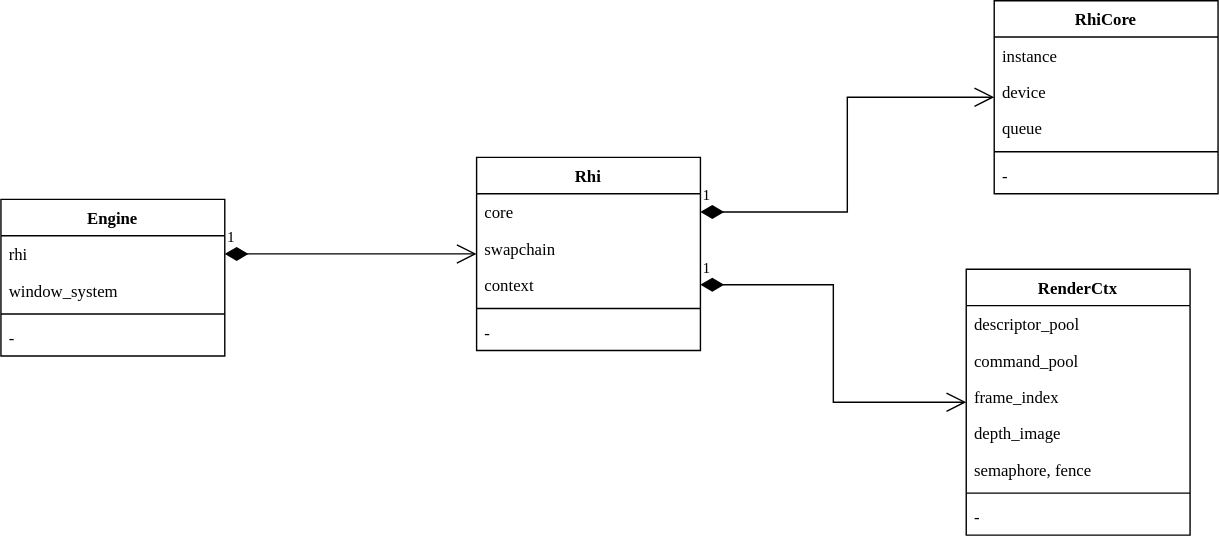
acccoco/Render-Rust-vk-Truvis keeps this draw.io diagram as doc/class-diagram.svg. Above is the earlier version. Source tidied: cells renumbered, new cells last; positions are measured from the earlier drawing's top-left corner, leaving out a move shared by most shapes.
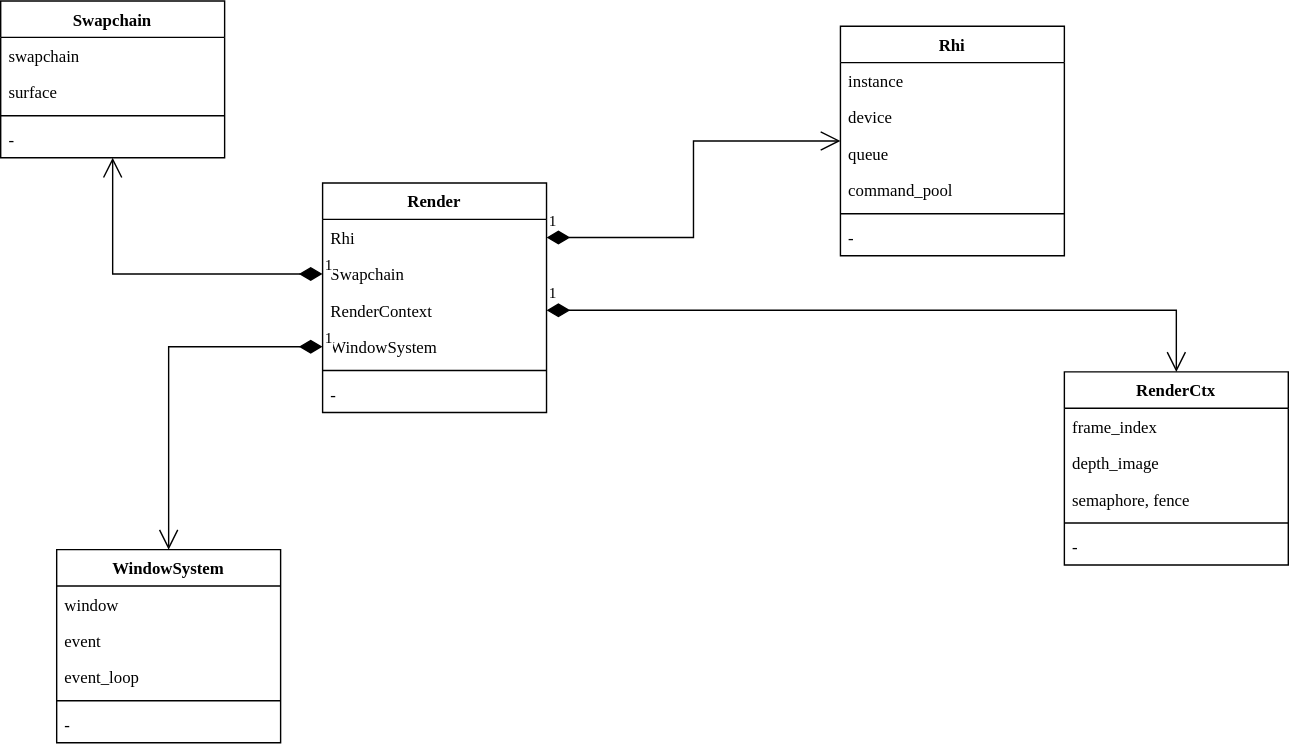
The same diagram one commit later.

The edit, as a diff of the source:
```diff
@@ -2,26 +2,29 @@
   <root>
     <mxCell id="0" />
     <mxCell id="1" parent="0" />
-    <mxCell id="2" value="Rhi" style="swimlane;fontStyle=1;align=center;verticalAlign=top;horizontal=1;startSize=26;fontFamily=Consolas;" parent="1" vertex="1">
-      <mxGeometry x="340" y="112" width="160" height="138" as="geometry" />
+    <mxCell id="2" value="Render" style="swimlane;fontStyle=1;align=center;verticalAlign=top;horizontal=1;startSize=26;fontFamily=Consolas;" parent="1" vertex="1">
+      <mxGeometry x="340" y="112" width="160" height="164" as="geometry" />
     </mxCell>
-    <mxCell id="3" value="core" style="text;strokeColor=none;fillColor=none;align=left;verticalAlign=top;spacingLeft=4;spacingRight=4;overflow=hidden;points=[[0,0.5],[1,0.5]];portConstraint=eastwest;fontFamily=Consolas;" parent="2" vertex="1">
+    <mxCell id="3" value="Rhi" style="text;strokeColor=none;fillColor=none;align=left;verticalAlign=top;spacingLeft=4;spacingRight=4;overflow=hidden;points=[[0,0.5],[1,0.5]];portConstraint=eastwest;fontFamily=Consolas;" parent="2" vertex="1">
       <mxGeometry y="26" width="160" height="26" as="geometry" />
     </mxCell>
-    <mxCell id="4" value="swapchain" style="text;strokeColor=none;fillColor=none;align=left;verticalAlign=top;spacingLeft=4;spacingRight=4;overflow=hidden;points=[[0,0.5],[1,0.5]];portConstraint=eastwest;fontFamily=Consolas;" parent="2" vertex="1">
+    <mxCell id="4" value="Swapchain" style="text;strokeColor=none;fillColor=none;align=left;verticalAlign=top;spacingLeft=4;spacingRight=4;overflow=hidden;points=[[0,0.5],[1,0.5]];portConstraint=eastwest;fontFamily=Consolas;" parent="2" vertex="1">
       <mxGeometry y="52" width="160" height="26" as="geometry" />
     </mxCell>
-    <mxCell id="5" value="context" style="text;strokeColor=none;fillColor=none;align=left;verticalAlign=top;spacingLeft=4;spacingRight=4;overflow=hidden;points=[[0,0.5],[1,0.5]];portConstraint=eastwest;fontFamily=Consolas;" parent="2" vertex="1">
+    <mxCell id="5" value="RenderContext" style="text;strokeColor=none;fillColor=none;align=left;verticalAlign=top;spacingLeft=4;spacingRight=4;overflow=hidden;points=[[0,0.5],[1,0.5]];portConstraint=eastwest;fontFamily=Consolas;" parent="2" vertex="1">
       <mxGeometry y="78" width="160" height="26" as="geometry" />
     </mxCell>
+    <mxCell id="30" value="WindowSystem" style="text;strokeColor=none;fillColor=none;align=left;verticalAlign=top;spacingLeft=4;spacingRight=4;overflow=hidden;points=[[0,0.5],[1,0.5]];portConstraint=eastwest;fontFamily=Consolas;" parent="2" vertex="1">
+      <mxGeometry y="104" width="160" height="26" as="geometry" />
+    </mxCell>
     <mxCell id="6" style="line;strokeWidth=1;fillColor=none;align=left;verticalAlign=middle;spacingTop=-1;spacingLeft=3;spacingRight=3;labelPosition=right;strokeColor=inherit;fontFamily=Consolas;" parent="2" vertex="1">
-      <mxGeometry y="104" width="160" height="8" as="geometry" />
+      <mxGeometry y="130" width="160" height="8" as="geometry" />
     </mxCell>
     <mxCell id="7" value="-" style="text;strokeColor=none;fillColor=none;align=left;verticalAlign=top;spacingLeft=4;spacingRight=4;overflow=hidden;fontFamily=Consolas;" parent="2" vertex="1">
-      <mxGeometry y="112" width="160" height="26" as="geometry" />
+      <mxGeometry y="138" width="160" height="26" as="geometry" />
     </mxCell>
-    <mxCell id="8" value="RhiCore" style="swimlane;fontStyle=1;align=center;verticalAlign=top;horizontal=1;startSize=26;fontFamily=Consolas;" parent="1" vertex="1">
-      <mxGeometry x="710" width="160" height="138" as="geometry" />
+    <mxCell id="8" value="Rhi" style="swimlane;fontStyle=1;align=center;verticalAlign=top;horizontal=1;startSize=26;fontFamily=Consolas;" parent="1" vertex="1">
+      <mxGeometry x="710" width="160" height="164" as="geometry" />
     </mxCell>
     <mxCell id="9" value="instance" style="text;strokeColor=none;fillColor=none;align=left;verticalAlign=top;spacingLeft=4;spacingRight=4;overflow=hidden;fontFamily=Consolas;" parent="8" vertex="1">
       <mxGeometry y="26" width="160" height="26" as="geometry" />
@@ -32,35 +35,32 @@
     <mxCell id="11" value="queue" style="text;strokeColor=none;fillColor=none;align=left;verticalAlign=top;spacingLeft=4;spacingRight=4;overflow=hidden;fontFamily=Consolas;" parent="8" vertex="1">
       <mxGeometry y="78" width="160" height="26" as="geometry" />
     </mxCell>
+    <mxCell id="16" value="command_pool" style="text;strokeColor=none;fillColor=none;align=left;verticalAlign=top;spacingLeft=4;spacingRight=4;overflow=hidden;fontFamily=Consolas;" parent="8" vertex="1">
+      <mxGeometry y="104" width="160" height="26" as="geometry" />
+    </mxCell>
     <mxCell id="12" style="line;strokeWidth=1;fillColor=none;align=left;verticalAlign=middle;spacingTop=-1;spacingLeft=3;spacingRight=3;labelPosition=right;strokeColor=inherit;fontFamily=Consolas;" parent="8" vertex="1">
-      <mxGeometry y="104" width="160" height="8" as="geometry" />
+      <mxGeometry y="130" width="160" height="8" as="geometry" />
     </mxCell>
     <mxCell id="13" value="-" style="text;strokeColor=none;fillColor=none;align=left;verticalAlign=top;spacingLeft=4;spacingRight=4;overflow=hidden;fontFamily=Consolas;" parent="8" vertex="1">
-      <mxGeometry y="112" width="160" height="26" as="geometry" />
+      <mxGeometry y="138" width="160" height="26" as="geometry" />
     </mxCell>
     <mxCell id="14" value="RenderCtx" style="swimlane;fontStyle=1;align=center;verticalAlign=top;horizontal=1;startSize=26;fontFamily=Consolas;" parent="1" vertex="1">
-      <mxGeometry x="690" y="192" width="160" height="190" as="geometry" />
+      <mxGeometry x="870" y="247" width="160" height="138" as="geometry" />
     </mxCell>
-    <mxCell id="15" value="descriptor_pool" style="text;strokeColor=none;fillColor=none;align=left;verticalAlign=top;spacingLeft=4;spacingRight=4;overflow=hidden;fontFamily=Consolas;" parent="14" vertex="1">
-      <mxGeometry y="26" width="160" height="26" as="geometry" />
-    </mxCell>
-    <mxCell id="16" value="command_pool" style="text;strokeColor=none;fillColor=none;align=left;verticalAlign=top;spacingLeft=4;spacingRight=4;overflow=hidden;fontFamily=Consolas;" parent="14" vertex="1">
-      <mxGeometry y="52" width="160" height="26" as="geometry" />
-    </mxCell>
     <mxCell id="17" value="frame_index" style="text;strokeColor=none;fillColor=none;align=left;verticalAlign=top;spacingLeft=4;spacingRight=4;overflow=hidden;fontFamily=Consolas;" parent="14" vertex="1">
-      <mxGeometry y="78" width="160" height="26" as="geometry" />
+      <mxGeometry y="26" width="160" height="26" as="geometry" />
     </mxCell>
     <mxCell id="18" value="depth_image" style="text;strokeColor=none;fillColor=none;align=left;verticalAlign=top;spacingLeft=4;spacingRight=4;overflow=hidden;fontFamily=Consolas;" parent="14" vertex="1">
-      <mxGeometry y="104" width="160" height="26" as="geometry" />
+      <mxGeometry y="52" width="160" height="26" as="geometry" />
     </mxCell>
     <mxCell id="19" value="semaphore, fence" style="text;strokeColor=none;fillColor=none;align=left;verticalAlign=top;spacingLeft=4;spacingRight=4;overflow=hidden;fontFamily=Consolas;" parent="14" vertex="1">
-      <mxGeometry y="130" width="160" height="26" as="geometry" />
+      <mxGeometry y="78" width="160" height="26" as="geometry" />
     </mxCell>
     <mxCell id="20" style="line;strokeWidth=1;fillColor=none;align=left;verticalAlign=middle;spacingTop=-1;spacingLeft=3;spacingRight=3;labelPosition=right;strokeColor=inherit;fontFamily=Consolas;" parent="14" vertex="1">
-      <mxGeometry y="156" width="160" height="8" as="geometry" />
+      <mxGeometry y="104" width="160" height="8" as="geometry" />
     </mxCell>
     <mxCell id="21" value="-" style="text;strokeColor=none;fillColor=none;align=left;verticalAlign=top;spacingLeft=4;spacingRight=4;overflow=hidden;fontFamily=Consolas;" parent="14" vertex="1">
-      <mxGeometry y="164" width="160" height="26" as="geometry" />
+      <mxGeometry y="112" width="160" height="26" as="geometry" />
     </mxCell>
     <mxCell id="22" value="1" style="endArrow=open;html=1;endSize=12;startArrow=diamondThin;startSize=14;startFill=1;edgeStyle=orthogonalEdgeStyle;align=left;verticalAlign=bottom;rounded=0;fontFamily=Consolas;" parent="1" edge="1" source="5" target="14">
       <mxGeometry x="-1" y="3" relative="1" as="geometry" />
@@ -68,23 +68,44 @@
     <mxCell id="23" value="1" style="endArrow=open;html=1;endSize=12;startArrow=diamondThin;startSize=14;startFill=1;edgeStyle=orthogonalEdgeStyle;align=left;verticalAlign=bottom;rounded=0;fontFamily=Consolas;" parent="1" edge="1" source="3" target="8">
       <mxGeometry x="-1" y="3" relative="1" as="geometry" />
     </mxCell>
-    <mxCell id="24" value="Engine" style="swimlane;fontStyle=1;align=center;verticalAlign=top;horizontal=1;startSize=26;fontFamily=Consolas;" parent="1" vertex="1">
-      <mxGeometry y="142" width="160" height="112" as="geometry" />
-    </mxCell>
-    <mxCell id="25" value="rhi" style="text;strokeColor=none;fillColor=none;align=left;verticalAlign=top;spacingLeft=4;spacingRight=4;overflow=hidden;points=[[0,0.5],[1,0.5]];portConstraint=eastwest;fontFamily=Consolas;" parent="24" vertex="1">
-      <mxGeometry y="26" width="160" height="26" as="geometry" />
-    </mxCell>
-    <mxCell id="26" value="window_system" style="text;strokeColor=none;fillColor=none;align=left;verticalAlign=top;spacingLeft=4;spacingRight=4;overflow=hidden;fontFamily=Consolas;" parent="24" vertex="1">
-      <mxGeometry y="52" width="160" height="26" as="geometry" />
-    </mxCell>
+    <mxCell id="31" value="Swapchain" style="swimlane;fontStyle=1;align=center;verticalAlign=top;horizontal=1;startSize=26;fontFamily=Consolas;" parent="1" vertex="1">
+      <mxGeometry x="110" y="-18" width="160" height="112" as="geometry" />
+    </mxCell>
+    <mxCell id="32" value="swapchain" style="text;strokeColor=none;fillColor=none;align=left;verticalAlign=top;spacingLeft=4;spacingRight=4;overflow=hidden;fontFamily=Consolas;" parent="31" vertex="1">
+      <mxGeometry y="26" width="160" height="26" as="geometry" />
+    </mxCell>
+    <mxCell id="33" value="surface" style="text;strokeColor=none;fillColor=none;align=left;verticalAlign=top;spacingLeft=4;spacingRight=4;overflow=hidden;fontFamily=Consolas;" parent="31" vertex="1">
+      <mxGeometry y="52" width="160" height="26" as="geometry" />
+    </mxCell>
-    <mxCell id="27" style="line;strokeWidth=1;fillColor=none;align=left;verticalAlign=middle;spacingTop=-1;spacingLeft=3;spacingRight=3;labelPosition=right;strokeColor=inherit;fontFamily=Consolas;" parent="24" vertex="1">
+    <mxCell id="27" style="line;strokeWidth=1;fillColor=none;align=left;verticalAlign=middle;spacingTop=-1;spacingLeft=3;spacingRight=3;labelPosition=right;strokeColor=inherit;fontFamily=Consolas;" parent="31" vertex="1">
       <mxGeometry y="78" width="160" height="8" as="geometry" />
     </mxCell>
-    <mxCell id="28" value="-" style="text;strokeColor=none;fillColor=none;align=left;verticalAlign=top;spacingLeft=4;spacingRight=4;overflow=hidden;fontFamily=Consolas;" parent="24" vertex="1">
+    <mxCell id="28" value="-" style="text;strokeColor=none;fillColor=none;align=left;verticalAlign=top;spacingLeft=4;spacingRight=4;overflow=hidden;fontFamily=Consolas;" parent="31" vertex="1">
       <mxGeometry y="86" width="160" height="26" as="geometry" />
     </mxCell>
-    <mxCell id="29" value="1" style="endArrow=open;html=1;endSize=12;startArrow=diamondThin;startSize=14;startFill=1;edgeStyle=orthogonalEdgeStyle;align=left;verticalAlign=bottom;rounded=0;fontFamily=Consolas;" parent="1" edge="1" source="25" target="2">
-      <mxGeometry x="-1" y="3" relative="1" as="geometry" />
-    </mxCell>
+    <mxCell id="34" value="1" style="endArrow=open;html=1;endSize=12;startArrow=diamondThin;startSize=14;startFill=1;edgeStyle=orthogonalEdgeStyle;align=left;verticalAlign=bottom;rounded=0;fontFamily=Consolas;" parent="1" edge="1" source="4" target="31">
+      <mxGeometry x="-1" y="3" relative="1" as="geometry" />
+    </mxCell>
+    <mxCell id="35" value="WindowSystem" style="swimlane;fontStyle=1;align=center;verticalAlign=top;horizontal=1;startSize=26;fontFamily=Consolas;" parent="1" vertex="1">
+      <mxGeometry x="150" y="374" width="160" height="138" as="geometry" />
+    </mxCell>
+    <mxCell id="36" value="window" style="text;strokeColor=none;fillColor=none;align=left;verticalAlign=top;spacingLeft=4;spacingRight=4;overflow=hidden;fontFamily=Consolas;" parent="35" vertex="1">
+      <mxGeometry y="26" width="160" height="26" as="geometry" />
+    </mxCell>
+    <mxCell id="37" value="event" style="text;strokeColor=none;fillColor=none;align=left;verticalAlign=top;spacingLeft=4;spacingRight=4;overflow=hidden;fontFamily=Consolas;" parent="35" vertex="1">
+      <mxGeometry y="52" width="160" height="26" as="geometry" />
+    </mxCell>
+    <mxCell id="38" value="event_loop" style="text;strokeColor=none;fillColor=none;align=left;verticalAlign=top;spacingLeft=4;spacingRight=4;overflow=hidden;fontFamily=Consolas;" parent="35" vertex="1">
+      <mxGeometry y="78" width="160" height="26" as="geometry" />
+    </mxCell>
+    <mxCell id="39" style="line;strokeWidth=1;fillColor=none;align=left;verticalAlign=middle;spacingTop=-1;spacingLeft=3;spacingRight=3;labelPosition=right;strokeColor=inherit;fontFamily=Consolas;" parent="35" vertex="1">
+      <mxGeometry y="104" width="160" height="8" as="geometry" />
+    </mxCell>
+    <mxCell id="40" value="-" style="text;strokeColor=none;fillColor=none;align=left;verticalAlign=top;spacingLeft=4;spacingRight=4;overflow=hidden;fontFamily=Consolas;" parent="35" vertex="1">
+      <mxGeometry y="112" width="160" height="26" as="geometry" />
+    </mxCell>
+    <mxCell id="41" value="1" style="endArrow=open;html=1;endSize=12;startArrow=diamondThin;startSize=14;startFill=1;edgeStyle=orthogonalEdgeStyle;align=left;verticalAlign=bottom;rounded=0;fontFamily=Consolas;" parent="1" edge="1" source="30" target="35">
+      <mxGeometry x="-1" y="3" relative="1" as="geometry" />
+    </mxCell>
   </root>
 </mxGraphModel>
```
